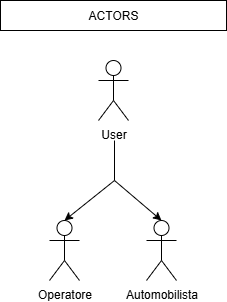
This is src/assets/Actors.drawio.png from LoreG002/Backend-per-la-gestione-di-parcheggi-multi-accesso-con-OCR-fatturazione-automatica-e-statistiche, a draw.io export, as it was before one commit. Source tidied: cells renumbered, new cells last; positions are measured from the earlier drawing's top-left corner, leaving out a move shared by most shapes.
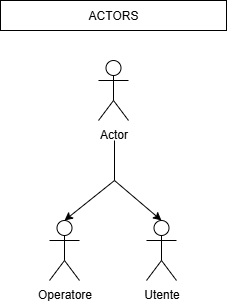
The same file after the commit.

What changed in the source:
```diff
@@ -5,10 +5,10 @@
     <mxCell id="2" value="Operatore" style="shape=umlActor;verticalLabelPosition=bottom;verticalAlign=top;html=1;outlineConnect=0;" parent="1" vertex="1">
       <mxGeometry x="49" y="220" width="30" height="60" as="geometry" />
     </mxCell>
-    <mxCell id="3" value="Automobilista" style="shape=umlActor;verticalLabelPosition=bottom;verticalAlign=top;html=1;outlineConnect=0;" parent="1" vertex="1">
+    <mxCell id="3" value="Utente" style="shape=umlActor;verticalLabelPosition=bottom;verticalAlign=top;html=1;outlineConnect=0;" parent="1" vertex="1">
       <mxGeometry x="146" y="220" width="30" height="60" as="geometry" />
     </mxCell>
-    <mxCell id="4" value="User" style="shape=umlActor;verticalLabelPosition=bottom;verticalAlign=top;html=1;" parent="1" vertex="1">
+    <mxCell id="4" value="Actor" style="shape=umlActor;verticalLabelPosition=bottom;verticalAlign=top;html=1;" parent="1" vertex="1">
       <mxGeometry x="98" y="60" width="30" height="60" as="geometry" />
     </mxCell>
     <mxCell id="5" value="ACTORS" style="rounded=0;whiteSpace=wrap;html=1;" parent="1" vertex="1">
```
